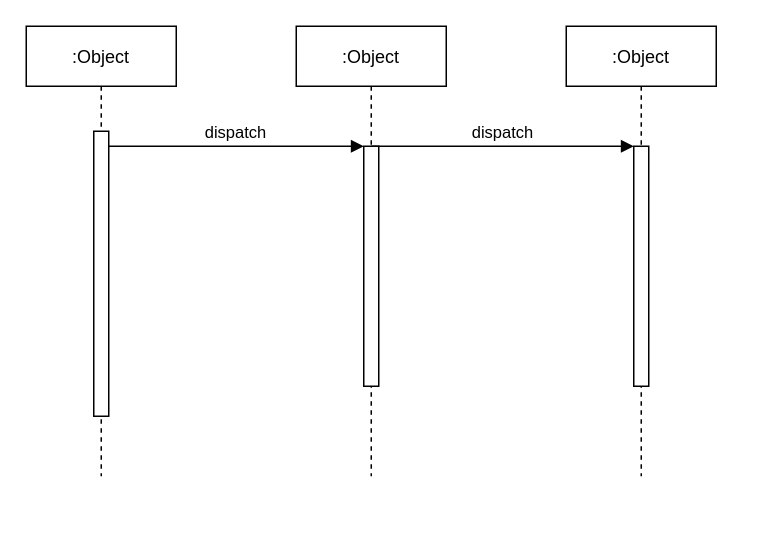
LuanMinhNguyen/nhom2thuctapchuyennganh keeps this draw.io diagram as Untitled Diagram.drawio. Above is the earlier version. Source tidied: cells renumbered, new cells numbered last; positions are measured from the earlier drawing's top-left corner, leaving out a move shared by most shapes. Both pictures are drawn from the tidied source at 150%, with x=0, y=0 at pixel (26, 26).
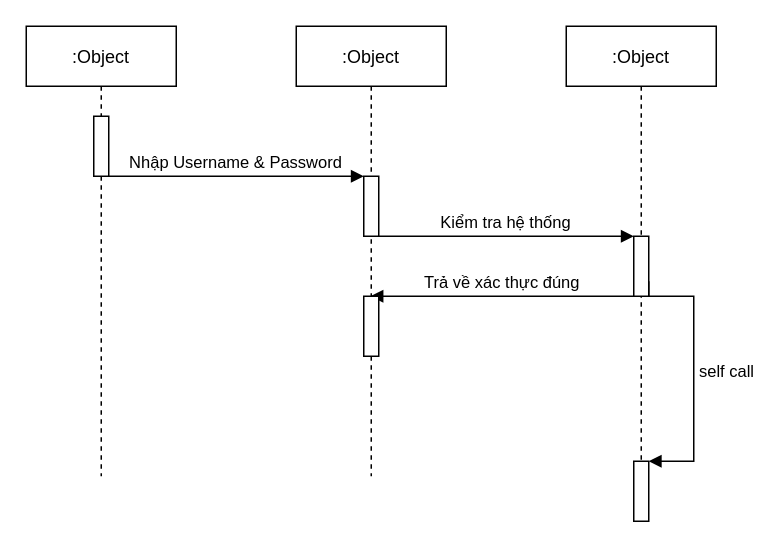
The same page after the edit.

Unchanged cells that the change refers to:
```xml
<mxCell id="2" value=":Object" style="shape=umlLifeline;perimeter=lifelinePerimeter;rounded=0;shadow=0;strokeWidth=1;" parent="1" vertex="1">
  <mxGeometry width="100" height="300" as="geometry" />
</mxCell>
<mxCell id="4" value=":Object" style="shape=umlLifeline;perimeter=lifelinePerimeter;rounded=0;shadow=0;strokeWidth=1;" parent="1" vertex="1">
  <mxGeometry x="180" width="100" height="300" as="geometry" />
</mxCell>
<mxCell id="7" value=":Object" style="shape=umlLifeline;perimeter=lifelinePerimeter;rounded=0;shadow=0;strokeWidth=1;" parent="1" vertex="1">
  <mxGeometry x="360" width="100" height="300" as="geometry" />
</mxCell>
```

The edit, as a diff of the source:
```diff
@@
     <mxCell id="3" style="points=[];perimeter=orthogonalPerimeter;rounded=0;shadow=0;strokeWidth=1;" parent="2" vertex="1">
-      <mxGeometry x="45" y="70" width="10" height="190" as="geometry" />
+      <mxGeometry x="45" y="60" width="10" height="40" as="geometry" />
     </mxCell>
@@
     <mxCell id="5" style="points=[];perimeter=orthogonalPerimeter;rounded=0;shadow=0;strokeWidth=1;" parent="4" vertex="1">
-      <mxGeometry x="45" y="80" width="10" height="160" as="geometry" />
+      <mxGeometry x="45" y="100" width="10" height="40" as="geometry" />
     </mxCell>
-    <mxCell id="6" value="dispatch" style="verticalAlign=bottom;endArrow=block;entryX=0;entryY=0;shadow=0;strokeWidth=1;" parent="1" edge="1" source="3" target="5">
-      <mxGeometry relative="1" as="geometry" />
+    <mxCell id="6" value="Nhập Username &amp; Password" style="verticalAlign=bottom;endArrow=block;shadow=0;strokeWidth=1;" parent="1" edge="1" source="3" target="5">
+      <mxGeometry relative="1" as="geometry">
+        <Array as="points">
+          <mxPoint x="120" y="100" />
+          <mxPoint x="200" y="100" />
+        </Array>
+      </mxGeometry>
     </mxCell>
@@
     <mxCell id="8" style="points=[];perimeter=orthogonalPerimeter;rounded=0;shadow=0;strokeWidth=1;" parent="7" vertex="1">
-      <mxGeometry x="45" y="80" width="10" height="160" as="geometry" />
+      <mxGeometry x="45" y="140" width="10" height="40" as="geometry" />
     </mxCell>
-    <mxCell id="9" value="dispatch" style="verticalAlign=bottom;endArrow=block;shadow=0;strokeWidth=1;" parent="1" edge="1" target="8">
+    <mxCell id="9" value="Kiểm tra hệ thống" style="verticalAlign=bottom;endArrow=block;shadow=0;strokeWidth=1;" parent="1" edge="1" source="5" target="8">
       <mxGeometry relative="1" as="geometry">
-        <mxPoint x="230" y="80" as="sourcePoint" />
+        <Array as="points">
+          <mxPoint x="290" y="140" />
+        </Array>
       </mxGeometry>
     </mxCell>
+    <mxCell id="10" style="html=1;points=[];perimeter=orthogonalPerimeter;" parent="1" vertex="1">
+      <mxGeometry x="405" y="290" width="10" height="40" as="geometry" />
+    </mxCell>
+    <mxCell id="11" value="self call" style="edgeStyle=orthogonalEdgeStyle;html=1;align=left;spacingLeft=2;endArrow=block;rounded=0;entryX=1;entryY=0;" parent="1" edge="1" target="10">
+      <mxGeometry relative="1" as="geometry">
+        <mxPoint x="415" y="170" as="sourcePoint" />
+        <Array as="points">
+          <mxPoint x="415" y="180" />
+          <mxPoint x="445" y="180" />
+          <mxPoint x="445" y="290" />
+        </Array>
+      </mxGeometry>
+    </mxCell>
+    <mxCell id="12" value="Trả về xác thực đúng" style="html=1;verticalAlign=bottom;endArrow=block;" parent="1" edge="1" source="8" target="4">
+      <mxGeometry relative="1" as="geometry">
+        <Array as="points">
+          <mxPoint x="380" y="180" />
+          <mxPoint x="320" y="180" />
+        </Array>
+      </mxGeometry>
+    </mxCell>
+    <mxCell id="13" style="perimeter=orthogonalPerimeter;rounded=0;shadow=0;strokeWidth=1;" parent="1" vertex="1">
+      <mxGeometry x="225" y="180" width="10" height="40" as="geometry" />
+    </mxCell>
```
